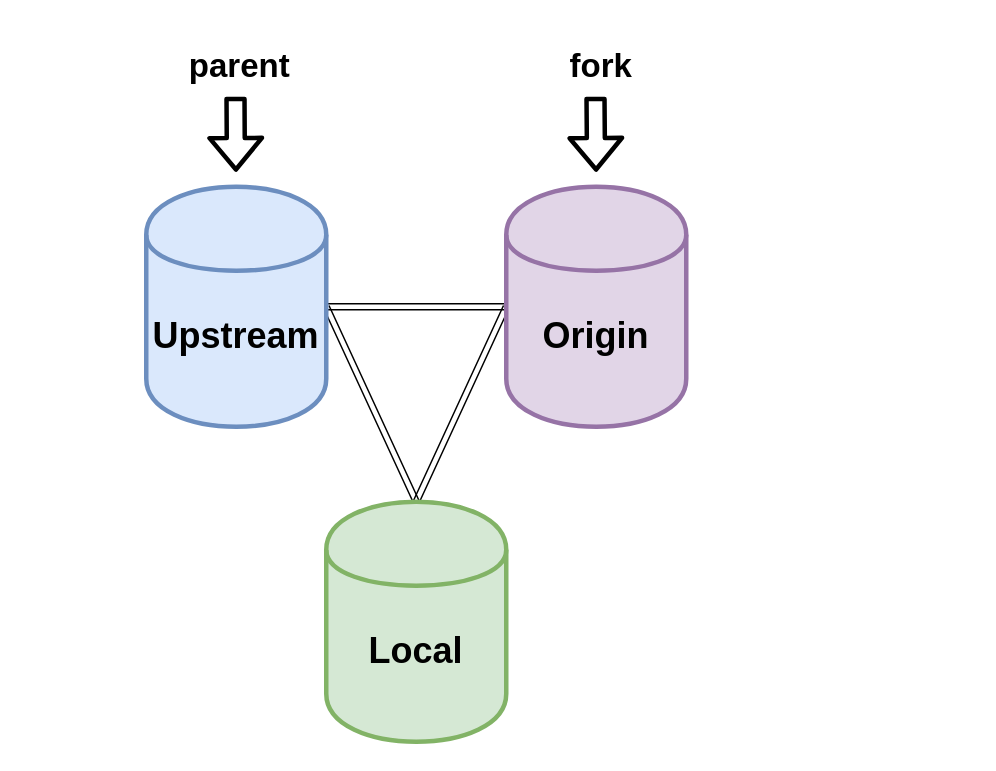
Earlier version of the draw.io diagram github-jupyter/git-distributed-repos.drawio (shadanan/shadanan.github.io). Source tidied: cells renumbered, new cells numbered last; positions are measured from the earlier drawing's top-left corner, leaving out a move shared by most shapes. Both pictures are drawn from the tidied source at 150%, with x=0, y=0 at pixel (146, 96).
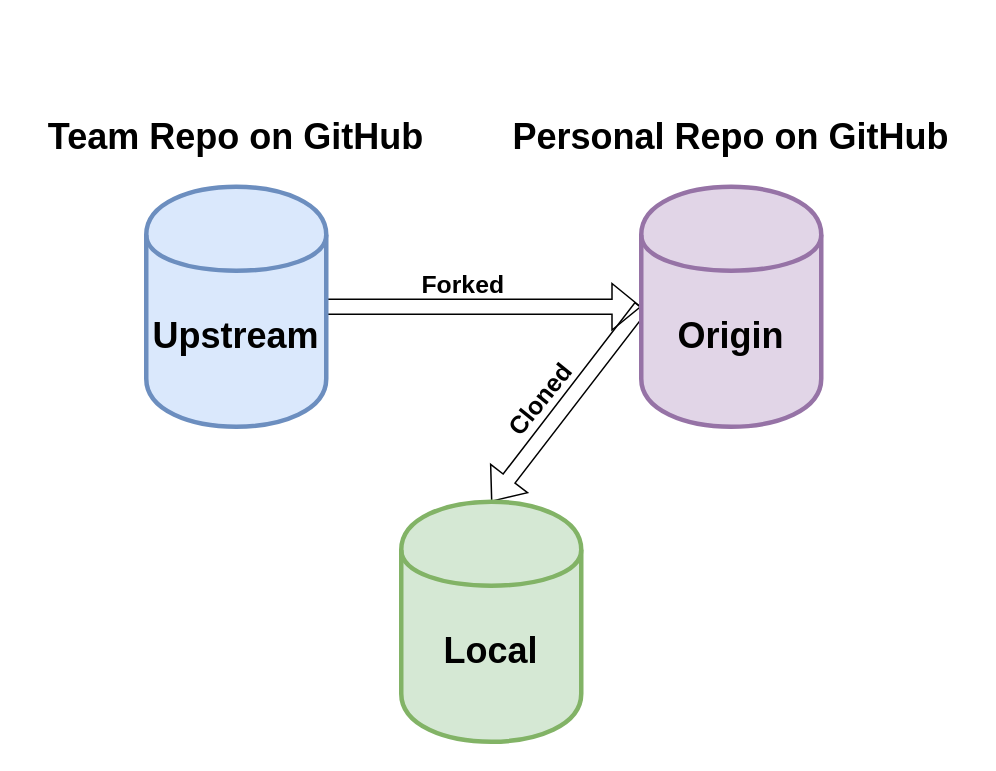
The same page after the edit.

The edit, as a diff of the source:
```diff
@@
 <mxGraphModel background="#ffffff">
   <root>
     <mxCell id="0" />
     <mxCell id="1" parent="0" />
-    <mxCell id="2" style="edgeStyle=orthogonalEdgeStyle;shape=link;rounded=0;jettySize=auto;html=1;exitX=1;exitY=0.5;exitDx=0;exitDy=0;entryX=0;entryY=0.5;entryDx=0;entryDy=0;" parent="1" edge="1" source="4" target="6">
+    <mxCell id="2" style="edgeStyle=orthogonalEdgeStyle;shape=flexArrow;rounded=0;jettySize=auto;html=1;exitX=1;exitY=0.5;exitDx=0;exitDy=0;entryX=0;entryY=0.5;entryDx=0;entryDy=0;" parent="1" edge="1" source="4" target="6">
       <mxGeometry relative="1" as="geometry" />
     </mxCell>
-    <mxCell id="3" style="edgeStyle=none;shape=link;rounded=0;jettySize=auto;html=1;exitX=1;exitY=0.5;exitDx=0;exitDy=0;entryX=0.5;entryY=0;entryDx=0;entryDy=0;" parent="1" edge="1" source="4" target="7">
-      <mxGeometry relative="1" as="geometry" />
-    </mxCell>
+    <mxCell id="12" value="&lt;h2&gt;Forked&lt;/h2&gt;" style="edgeLabel;html=1;align=center;verticalAlign=middle;labelBackgroundColor=none;" parent="2" vertex="1">
+      <mxGeometry x="-0.06" y="-1" relative="1" as="geometry">
+        <mxPoint x="-9" y="-17" as="offset" />
+      </mxGeometry>
+    </mxCell>
     <mxCell id="4" value="&lt;h1&gt;Upstream&lt;/h1&gt;" style="shape=cylinder;whiteSpace=wrap;html=1;boundedLbl=1;strokeWidth=3;align=center;fillColor=#dae8fc;strokeColor=#6c8ebf;" parent="1" vertex="1">
       <mxGeometry y="60" width="120" height="160" as="geometry" />
     </mxCell>
-    <mxCell id="5" style="shape=link;rounded=0;jettySize=auto;html=1;exitX=0;exitY=0.5;exitDx=0;exitDy=0;entryX=0.5;entryY=0;entryDx=0;entryDy=0;" parent="1" edge="1" source="6" target="7">
+    <mxCell id="5" style="shape=flexArrow;rounded=0;jettySize=auto;html=1;exitX=0;exitY=0.5;exitDx=0;exitDy=0;entryX=0.5;entryY=0;entryDx=0;entryDy=0;" parent="1" edge="1" source="6" target="7">
       <mxGeometry relative="1" as="geometry" />
     </mxCell>
+    <mxCell id="13" value="&lt;h2&gt;Cloned&lt;/h2&gt;" style="edgeLabel;html=1;align=right;verticalAlign=middle;labelBackgroundColor=none;labelPosition=left;verticalLabelPosition=middle;rotation=-51;" parent="5" vertex="1">
+      <mxGeometry x="0.04" y="-4" relative="1" as="geometry">
+        <mxPoint x="5" y="-24.9" as="offset" />
+      </mxGeometry>
+    </mxCell>
     <mxCell id="6" value="&lt;h1&gt;Origin&lt;/h1&gt;" style="shape=cylinder;whiteSpace=wrap;html=1;boundedLbl=1;strokeWidth=3;align=center;fillColor=#e1d5e7;strokeColor=#9673a6;" parent="1" vertex="1">
-      <mxGeometry x="240" y="60" width="120" height="160" as="geometry" />
+      <mxGeometry x="330" y="60" width="120" height="160" as="geometry" />
     </mxCell>
     <mxCell id="7" value="&lt;h1&gt;Local&lt;/h1&gt;" style="shape=cylinder;whiteSpace=wrap;html=1;boundedLbl=1;strokeWidth=3;align=center;fillColor=#d5e8d4;strokeColor=#82b366;" parent="1" vertex="1">
-      <mxGeometry x="120" y="270" width="120" height="160" as="geometry" />
+      <mxGeometry x="170" y="270" width="120" height="160" as="geometry" />
     </mxCell>
-    <mxCell id="8" style="shape=flexArrow;endArrow=classic;html=1;strokeWidth=3;" parent="1" edge="1">
-      <mxGeometry relative="1" as="geometry">
-        <mxPoint x="299.5" as="sourcePoint" />
-        <mxPoint x="299.9" y="50" as="targetPoint" />
-      </mxGeometry>
-    </mxCell>
-    <mxCell id="9" value="&lt;h1&gt;fork&lt;/h1&gt;" style="edgeLabel;html=1;align=center;verticalAlign=middle;labelBackgroundColor=none;" parent="8" vertex="1">
-      <mxGeometry x="-0.36" y="1" relative="1" as="geometry">
-        <mxPoint x="1.4" y="-36" as="offset" />
-      </mxGeometry>
-    </mxCell>
-    <mxCell id="10" style="shape=flexArrow;endArrow=classic;html=1;strokeWidth=3;" parent="1" edge="1">
-      <mxGeometry relative="1" as="geometry">
-        <mxPoint x="59.5" as="sourcePoint" />
-        <mxPoint x="59.8" y="50" as="targetPoint" />
-      </mxGeometry>
-    </mxCell>
-    <mxCell id="11" value="&lt;h1&gt;parent&lt;/h1&gt;" style="edgeLabel;html=1;align=center;verticalAlign=middle;labelBackgroundColor=none;" parent="10" vertex="1">
-      <mxGeometry x="-0.36" y="1" relative="1" as="geometry">
-        <mxPoint x="1.4" y="-36" as="offset" />
-      </mxGeometry>
-    </mxCell>
+    <mxCell id="14" value="&lt;h1 style=&quot;color: rgb(0, 0, 0); font-family: helvetica; font-style: normal; letter-spacing: normal; text-indent: 0px; text-transform: none; word-spacing: 0px;&quot;&gt;Team Repo on GitHub&lt;/h1&gt;" style="text;whiteSpace=wrap;html=1;align=center;labelBackgroundColor=none;" parent="1" vertex="1">
+      <mxGeometry x="-80" y="-10" width="280" height="60" as="geometry" />
+    </mxCell>
+    <mxCell id="15" value="&lt;h1 style=&quot;color: rgb(0, 0, 0); font-family: helvetica; font-style: normal; letter-spacing: normal; text-indent: 0px; text-transform: none; word-spacing: 0px;&quot;&gt;Personal Repo on GitHub&lt;/h1&gt;" style="text;whiteSpace=wrap;html=1;align=center;labelBackgroundColor=none;" parent="1" vertex="1">
+      <mxGeometry x="230" y="-10" width="320" height="60" as="geometry" />
+    </mxCell>
   </root>
 </mxGraphModel>
```
